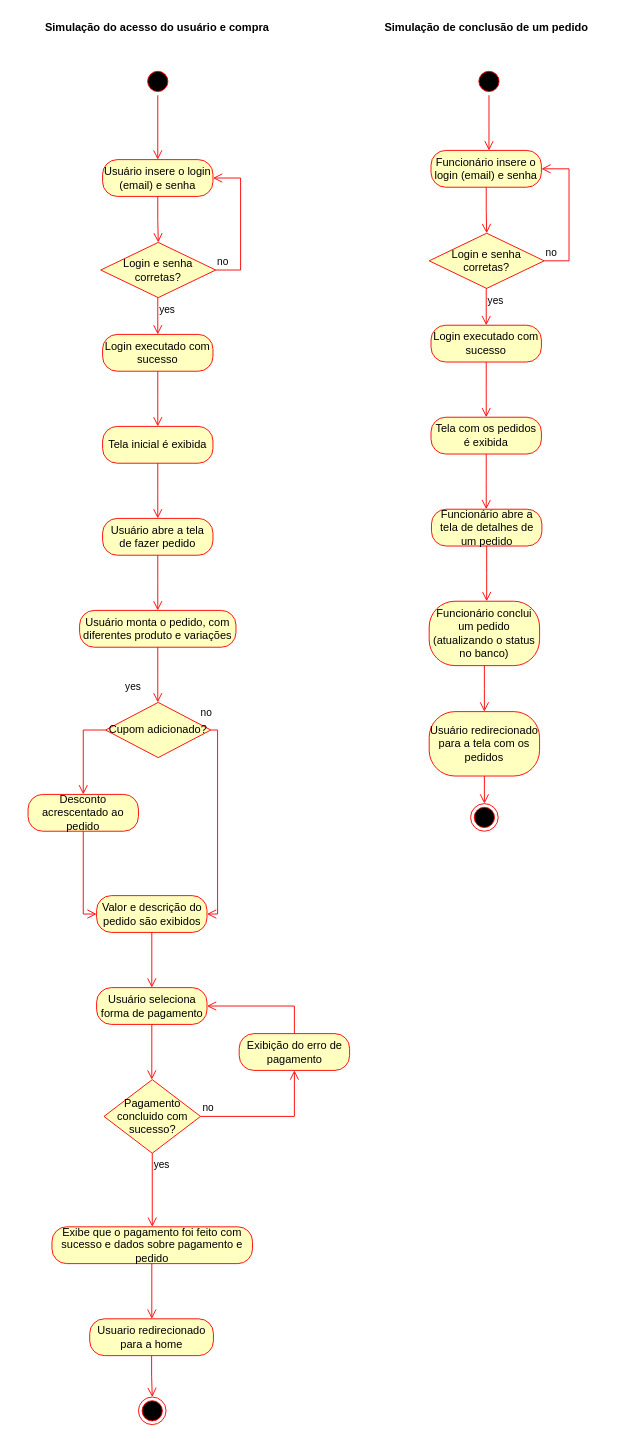
Before: diagramas/diagrama_atividade/Diagrama Atividade.drawio in RomuuloGoncalves/TCC-Delivery, a draw.io diagram. Source tidied: cells renumbered, new cells numbered last; positions are measured from the earlier drawing's top-left corner, leaving out a move shared by most shapes. Both pictures are drawn from the tidied source at 92%, with x=0, y=0 at pixel (28, 16).
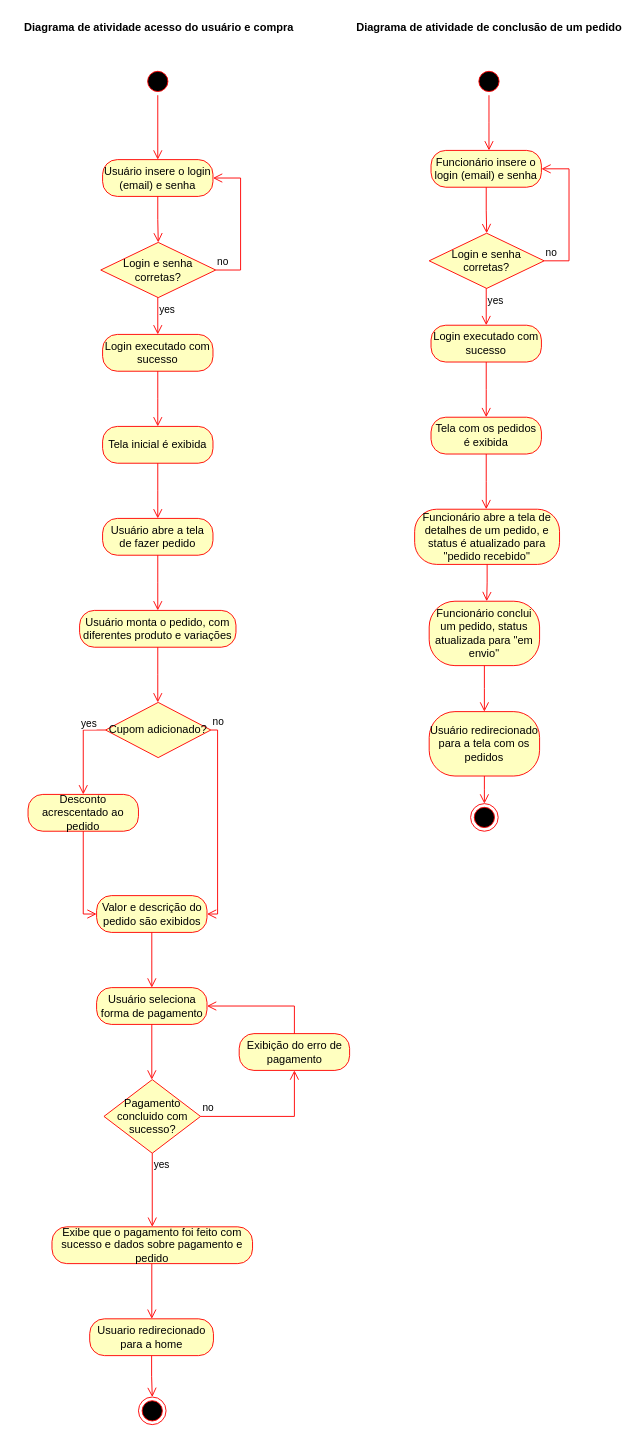
The same diagram, later.

Unchanged cells that the change refers to:
```xml
<mxCell id="17" value="Valor e descrição do pedido são exibidos" style="rounded=1;whiteSpace=wrap;html=1;arcSize=40;fontColor=#000000;fillColor=#ffffc0;strokeColor=#ff0000;" parent="1" vertex="1">
  <mxGeometry x="74.5" y="956" width="120" height="40" as="geometry" />
</mxCell>
<mxCell id="51" value="Cupom adicionado?" style="rhombus;whiteSpace=wrap;html=1;fontColor=#000000;fillColor=#ffffc0;strokeColor=#ff0000;" parent="1" vertex="1">
  <mxGeometry x="84.2" y="746" width="114.5" height="60" as="geometry" />
</mxCell>
<mxCell id="54" value="Desconto acrescentado ao pedido" style="rounded=1;whiteSpace=wrap;html=1;arcSize=40;fontColor=#000000;fillColor=#ffffc0;strokeColor=#ff0000;" parent="1" vertex="1">
  <mxGeometry y="846" width="120" height="40" as="geometry" />
</mxCell>
```

What changed in the source:
```diff
@@
-    <mxCell id="33" value="Simulação do acesso do usuário e compra" style="text;align=center;fontStyle=1;verticalAlign=middle;spacingLeft=3;spacingRight=3;strokeColor=none;html=1;" parent="1" vertex="1">
-      <mxGeometry x="12.8" width="254.5" height="26" as="geometry" />
+    <mxCell id="33" value="Diagrama de atividade acesso do usuário e compra" style="text;align=center;fontStyle=1;verticalAlign=middle;spacingLeft=3;spacingRight=3;strokeColor=none;html=1;" parent="1" vertex="1">
+      <mxGeometry x="-13.5" width="310" height="26" as="geometry" />
     </mxCell>
@@
-    <mxCell id="43" value="Funcionário abre a tela de detalhes de um pedido" style="rounded=1;whiteSpace=wrap;html=1;arcSize=40;fontColor=#000000;fillColor=#ffffc0;strokeColor=#ff0000;" parent="1" vertex="1">
-      <mxGeometry x="438.5" y="536" width="120" height="40" as="geometry" />
+    <mxCell id="43" value="Funcionário abre a tela de detalhes de um pedido, e status é atualizado para &quot;pedido recebido&quot;" style="rounded=1;whiteSpace=wrap;html=1;arcSize=40;fontColor=#000000;fillColor=#ffffc0;strokeColor=#ff0000;" parent="1" vertex="1">
+      <mxGeometry x="420.2" y="536" width="157.5" height="60" as="geometry" />
     </mxCell>
@@
-    <mxCell id="45" value="Funcionário conclui um pedido (atualizando o status no banco)" style="rounded=1;whiteSpace=wrap;html=1;arcSize=40;fontColor=#000000;fillColor=#ffffc0;strokeColor=#ff0000;" parent="1" vertex="1">
+    <mxCell id="45" value="Funcionário conclui um pedido, status atualizada para &quot;em envio&quot;" style="rounded=1;whiteSpace=wrap;html=1;arcSize=40;fontColor=#000000;fillColor=#ffffc0;strokeColor=#ff0000;" parent="1" vertex="1">
       <mxGeometry x="436" y="636" width="120" height="70" as="geometry" />
     </mxCell>
@@
-    <mxCell id="50" value="Simulação de conclusão de um pedido" style="text;align=center;fontStyle=1;verticalAlign=middle;spacingLeft=3;spacingRight=3;strokeColor=none;html=1;" parent="1" vertex="1">
-      <mxGeometry x="371.2" width="254.5" height="26" as="geometry" />
+    <mxCell id="50" value="Diagrama de atividade de conclusão de um pedido" style="text;align=center;fontStyle=1;verticalAlign=middle;spacingLeft=3;spacingRight=3;strokeColor=none;html=1;" parent="1" vertex="1">
+      <mxGeometry x="353.6" width="294.8" height="26" as="geometry" />
     </mxCell>
@@
     <mxCell id="52" value="no" style="edgeStyle=orthogonalEdgeStyle;html=1;align=left;verticalAlign=bottom;endArrow=open;endSize=8;strokeColor=#ff0000;rounded=0;exitX=1;exitY=0.5;exitDx=0;exitDy=0;" parent="1" edge="1" source="51" target="17">
-      <mxGeometry x="-1" y="16" relative="1" as="geometry">
+      <mxGeometry x="-1" relative="1" as="geometry">
         <Array as="points">
           <mxPoint x="206" y="776" />
           <mxPoint x="206" y="976" />
         </Array>
-        <mxPoint x="-13" y="6" as="offset" />
       </mxGeometry>
     </mxCell>
     <mxCell id="53" value="yes" style="edgeStyle=orthogonalEdgeStyle;html=1;align=left;verticalAlign=top;endArrow=open;endSize=8;strokeColor=#ff0000;rounded=0;exitX=0;exitY=0.5;exitDx=0;exitDy=0;entryX=0.5;entryY=0;entryDx=0;entryDy=0;" parent="1" edge="1" source="51" target="54">
-      <mxGeometry x="-0.79" y="-30" relative="1" as="geometry">
+      <mxGeometry x="-0.49" y="-20" relative="1" as="geometry">
         <Array as="points">
           <mxPoint x="60" y="776" />
         </Array>
-        <mxPoint x="30" y="-30" as="offset" />
+        <mxPoint x="16" y="-20" as="offset" />
       </mxGeometry>
     </mxCell>
```
